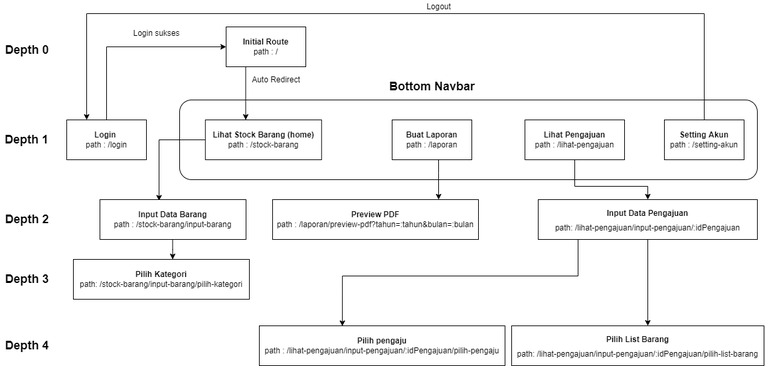
This is dokumentasi/struktur_path_aplikasi.png from hezbims/frontend_inventory_system, a draw.io export, as it was before one commit. Source tidied: cells renumbered, new cells last; positions are measured from the earlier drawing's top-left corner, leaving out a move shared by most shapes.
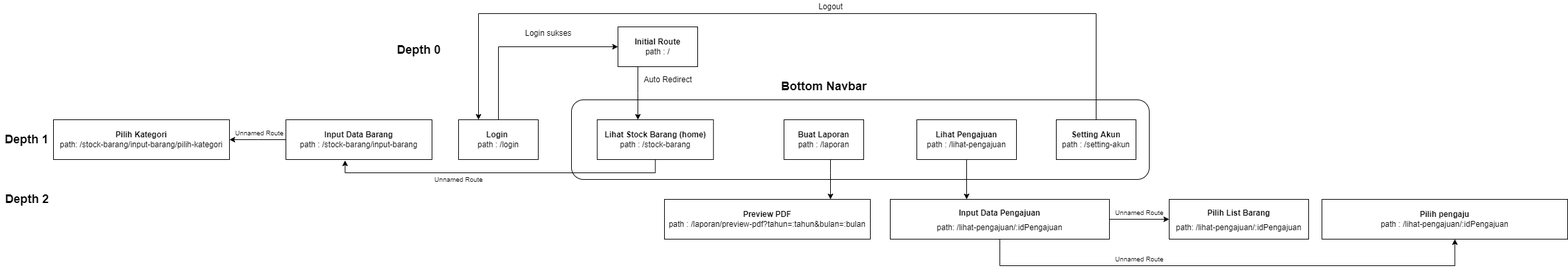
The same file after the commit.

Change to the diagram source:
```diff
@@ -18,7 +18,7 @@
     <mxCell id="5" style="rounded=1;whiteSpace=wrap;html=1;" parent="1" vertex="1">
       <mxGeometry x="270" y="150" width="870" height="120" as="geometry" />
     </mxCell>
-    <mxCell id="6" style="edgeStyle=elbowEdgeStyle;rounded=0;jettySize=auto;html=1;entryX=0.403;entryY=0.028;entryDx=0;entryDy=0;entryPerimeter=0;" parent="1" edge="1" source="8" target="17">
+    <mxCell id="6" style="edgeStyle=elbowEdgeStyle;rounded=0;jettySize=auto;html=1;entryX=0.405;entryY=1.021;entryDx=0;entryDy=0;entryPerimeter=0;" parent="1" edge="1" source="8" target="17">
       <mxGeometry relative="1" as="geometry">
         <Array as="points">
           <mxPoint x="239" y="260" />
@@ -42,11 +42,11 @@
     <mxCell id="10" value="&lt;b&gt;Buat Laporan&lt;/b&gt;&lt;br&gt;path : /laporan" style="rounded=0;whiteSpace=wrap;html=1;" parent="1" vertex="1">
       <mxGeometry x="590" y="180" width="120" height="60" as="geometry" />
     </mxCell>
-    <mxCell id="11" style="edgeStyle=orthogonalEdgeStyle;rounded=0;jettySize=auto;html=1;entryX=0.5;entryY=0;entryDx=0;entryDy=0;fontSize=12;startArrow=none;startFill=0;endArrow=classic;endFill=1;" parent="1" edge="1" source="12" target="25">
+    <mxCell id="11" style="edgeStyle=orthogonalEdgeStyle;rounded=0;jettySize=auto;html=1;fontSize=12;startArrow=none;startFill=0;endArrow=classic;endFill=1;" parent="1" edge="1" source="12" target="25">
       <mxGeometry relative="1" as="geometry">
         <Array as="points">
-          <mxPoint x="865" y="280" />
-          <mxPoint x="975" y="280" />
+          <mxPoint x="905" y="310" />
+          <mxPoint x="905" y="310" />
         </Array>
       </mxGeometry>
     </mxCell>
@@ -65,13 +65,13 @@
       <mxGeometry x="1000" y="180" width="120" height="60" as="geometry" />
     </mxCell>
     <mxCell id="15" value="Depth 1" style="text;html=1;strokeColor=none;fillColor=none;align=center;verticalAlign=middle;whiteSpace=wrap;rounded=0;fontStyle=1;fontSize=18;" parent="1" vertex="1">
-      <mxGeometry y="195" width="80" height="30" as="geometry" />
+      <mxGeometry x="-590" y="195" width="80" height="30" as="geometry" />
     </mxCell>
     <mxCell id="16" style="edgeStyle=elbowEdgeStyle;rounded=0;jettySize=auto;html=1;fontSize=12;startArrow=none;startFill=0;endArrow=classic;endFill=1;" parent="1" edge="1" source="17" target="26">
       <mxGeometry relative="1" as="geometry" />
     </mxCell>
     <mxCell id="17" value="&lt;b&gt;Input Data Barang&lt;/b&gt;&lt;br&gt;path : /stock-barang/input-barang" style="rounded=0;whiteSpace=wrap;html=1;" parent="1" vertex="1">
-      <mxGeometry x="150" y="300" width="220" height="60" as="geometry" />
+      <mxGeometry x="-160" y="180" width="220" height="60" as="geometry" />
     </mxCell>
     <mxCell id="18" value="&lt;b&gt;Preview PDF&lt;/b&gt;&lt;br&gt;path : /laporan/preview-pdf?tahun=:tahun&amp;amp;bulan=:bulan" style="rounded=0;whiteSpace=wrap;html=1;" parent="1" vertex="1">
       <mxGeometry x="410" y="300" width="310" height="60" as="geometry" />
@@ -88,42 +88,46 @@
     <mxCell id="22" value="&lt;b&gt;&lt;font style=&quot;font-size: 18px&quot;&gt;Bottom Navbar&lt;/font&gt;&lt;/b&gt;" style="text;html=1;align=center;verticalAlign=middle;strokeColor=none;fillColor=none;" parent="1" vertex="1">
       <mxGeometry x="580" y="120" width="140" height="20" as="geometry" />
     </mxCell>
+    <mxCell id="33" style="edgeStyle=orthogonalEdgeStyle;rounded=0;jettySize=auto;html=1;fontSize=12;startArrow=none;startFill=0;endArrow=classic;endFill=1;" parent="1" edge="1" source="25" target="32">
+      <mxGeometry relative="1" as="geometry" />
+    </mxCell>
-    <mxCell id="23" style="edgeStyle=orthogonalEdgeStyle;rounded=0;jettySize=auto;html=1;entryX=0.338;entryY=0.009;entryDx=0;entryDy=0;fontSize=18;startArrow=none;startFill=0;endArrow=classic;endFill=1;entryPerimeter=0;" parent="1" edge="1" source="25" target="27">
+    <mxCell id="23" style="edgeStyle=orthogonalEdgeStyle;rounded=0;jettySize=auto;html=1;entryX=0.541;entryY=1;entryDx=0;entryDy=0;entryPerimeter=0;fontSize=12;startArrow=none;startFill=0;endArrow=classic;endFill=1;" parent="1" edge="1" source="25" target="27">
       <mxGeometry relative="1" as="geometry">
         <Array as="points">
-          <mxPoint x="870" y="415" />
-          <mxPoint x="515" y="415" />
+          <mxPoint x="915" y="400" />
+          <mxPoint x="1600" y="400" />
         </Array>
       </mxGeometry>
     </mxCell>
-    <mxCell id="24" style="edgeStyle=orthogonalEdgeStyle;rounded=0;jettySize=auto;html=1;fontSize=12;startArrow=none;startFill=0;endArrow=classic;endFill=1;" parent="1" edge="1" source="25">
-      <mxGeometry relative="1" as="geometry">
-        <mxPoint x="975" y="490" as="targetPoint" />
-      </mxGeometry>
-    </mxCell>
-    <mxCell id="25" value="&lt;font size=&quot;1&quot;&gt;&lt;span style=&quot;font-size: 12px&quot;&gt;&lt;b&gt;Input Data Pengajuan&lt;/b&gt;&lt;br&gt;path: /lihat-pengajuan/input-pengajuan/:idPengajuan&lt;br&gt;&lt;/span&gt;&lt;/font&gt;" style="rounded=0;whiteSpace=wrap;html=1;fontSize=18;" parent="1" vertex="1">
-      <mxGeometry x="810" y="300" width="330" height="60" as="geometry" />
+    <mxCell id="25" value="&lt;font size=&quot;1&quot;&gt;&lt;span style=&quot;font-size: 12px&quot;&gt;&lt;b&gt;Input Data Pengajuan&lt;/b&gt;&lt;br&gt;path: /lihat-pengajuan/:idPengajuan&lt;br&gt;&lt;/span&gt;&lt;/font&gt;" style="rounded=0;whiteSpace=wrap;html=1;fontSize=18;" parent="1" vertex="1">
+      <mxGeometry x="750" y="300" width="330" height="60" as="geometry" />
     </mxCell>
     <mxCell id="26" value="&lt;b&gt;Pilih Kategori&lt;/b&gt;&lt;br&gt;path: /stock-barang/input-barang/pilih-kategori" style="rounded=0;whiteSpace=wrap;html=1;fontSize=12;" parent="1" vertex="1">
-      <mxGeometry x="110" y="390" width="265" height="60" as="geometry" />
+      <mxGeometry x="-510" y="180" width="265" height="60" as="geometry" />
     </mxCell>
-    <mxCell id="27" value="&lt;b&gt;Pilih pengaju&lt;/b&gt;&lt;br&gt;path : /lihat-pengajuan/input-pengajuan/:idPengajuan/pilih-pengaju" style="rounded=0;whiteSpace=wrap;html=1;fontSize=12;" parent="1" vertex="1">
-      <mxGeometry x="390" y="490" width="370" height="60" as="geometry" />
+    <mxCell id="27" value="&lt;b&gt;Pilih pengaju&lt;/b&gt;&lt;br&gt;path : /lihat-pengajuan/:idPengajuan" style="rounded=0;whiteSpace=wrap;html=1;fontSize=12;" parent="1" vertex="1">
+      <mxGeometry x="1400" y="300" width="370" height="60" as="geometry" />
     </mxCell>
     <mxCell id="28" value="&lt;b&gt;&lt;font style=&quot;font-size: 18px&quot;&gt;Depth 2&lt;/font&gt;&lt;/b&gt;" style="text;html=1;align=center;verticalAlign=middle;strokeColor=none;fillColor=none;fontSize=12;" parent="1" vertex="1">
-      <mxGeometry y="320" width="80" height="20" as="geometry" />
+      <mxGeometry x="-590" y="290" width="80" height="20" as="geometry" />
     </mxCell>
     <mxCell id="29" value="&lt;b&gt;Depth 0&lt;/b&gt;" style="text;html=1;align=center;verticalAlign=middle;strokeColor=none;fillColor=none;fontSize=18;" parent="1" vertex="1">
       <mxGeometry y="60" width="80" height="30" as="geometry" />
     </mxCell>
-    <mxCell id="30" value="&lt;b&gt;&lt;font style=&quot;font-size: 18px&quot;&gt;Depth 3&lt;/font&gt;&lt;/b&gt;" style="text;html=1;align=center;verticalAlign=middle;strokeColor=none;fillColor=none;fontSize=12;" parent="1" vertex="1">
-      <mxGeometry y="410" width="80" height="20" as="geometry" />
-    </mxCell>
-    <mxCell id="31" value="&lt;b&gt;&lt;font style=&quot;font-size: 18px&quot;&gt;Depth 4&lt;/font&gt;&lt;/b&gt;" style="text;html=1;align=center;verticalAlign=middle;strokeColor=none;fillColor=none;fontSize=12;" parent="1" vertex="1">
-      <mxGeometry y="510" width="80" height="20" as="geometry" />
-    </mxCell>
-    <mxCell id="32" value="&lt;font size=&quot;1&quot;&gt;&lt;span style=&quot;font-size: 12px&quot;&gt;&lt;b&gt;Pilih List Barang&lt;/b&gt;&lt;br&gt;path: /lihat-pengajuan/input-pengajuan/:idPengajuan/pilih-list-barang&lt;br&gt;&lt;/span&gt;&lt;/font&gt;" style="rounded=0;whiteSpace=wrap;html=1;fontSize=18;" parent="1" vertex="1">
-      <mxGeometry x="770" y="490" width="380" height="60" as="geometry" />
+    <mxCell id="32" value="&lt;font size=&quot;1&quot;&gt;&lt;span style=&quot;font-size: 12px&quot;&gt;&lt;b&gt;Pilih List Barang&lt;/b&gt;&lt;br&gt;path: /lihat-pengajuan/:idPengajuan&lt;br&gt;&lt;/span&gt;&lt;/font&gt;" style="rounded=0;whiteSpace=wrap;html=1;fontSize=18;" parent="1" vertex="1">
+      <mxGeometry x="1170" y="300" width="210" height="60" as="geometry" />
     </mxCell>
+    <mxCell id="34" value="Unnamed Route" style="text;html=1;align=center;verticalAlign=middle;strokeColor=none;fillColor=none;fontSize=10;" parent="1" vertex="1">
+      <mxGeometry x="1080" y="310" width="90" height="20" as="geometry" />
+    </mxCell>
+    <mxCell id="35" value="Unnamed Route" style="text;html=1;align=center;verticalAlign=middle;strokeColor=none;fillColor=none;fontSize=10;" parent="1" vertex="1">
+      <mxGeometry x="1080" y="380" width="90" height="20" as="geometry" />
+    </mxCell>
+    <mxCell id="36" value="Unnamed Route" style="text;html=1;align=center;verticalAlign=middle;strokeColor=none;fillColor=none;fontSize=10;" parent="1" vertex="1">
+      <mxGeometry x="55" y="260" width="90" height="20" as="geometry" />
+    </mxCell>
+    <mxCell id="37" value="Unnamed Route" style="text;html=1;align=center;verticalAlign=middle;strokeColor=none;fillColor=none;fontSize=10;" parent="1" vertex="1">
+      <mxGeometry x="-245" y="190" width="90" height="20" as="geometry" />
+    </mxCell>
   </root>
 </mxGraphModel>
```
